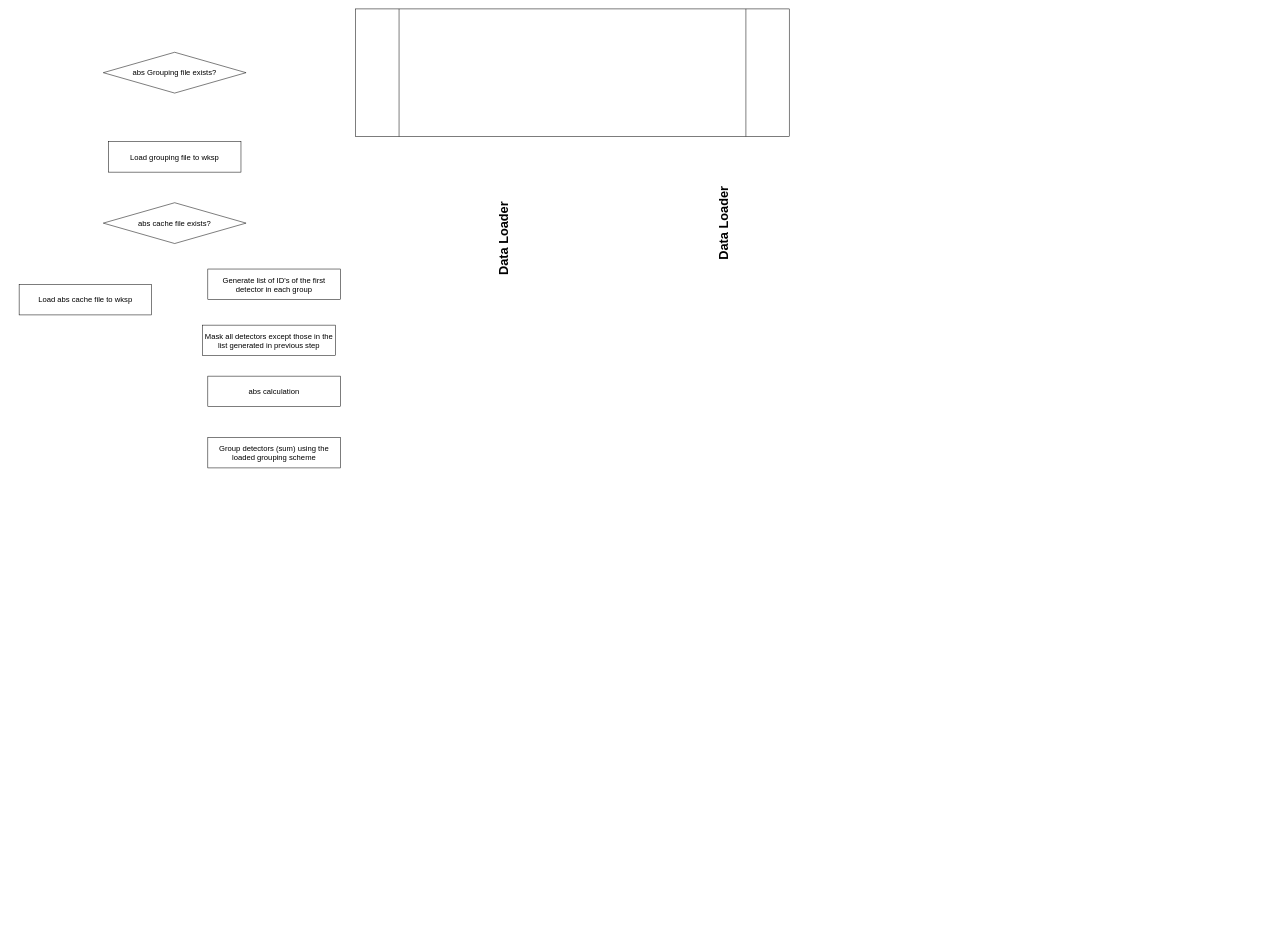
Before: Dev/2023/MTS/MTS_load.dio in Kvieta1990/Working_Proj, a draw.io diagram. Source tidied: cells renumbered, new cells numbered last; positions are measured from the earlier drawing's top-left corner, leaving out a move shared by most shapes. Both pictures are drawn from the tidied source at 51%, with x=0, y=0 at pixel (19, 9).
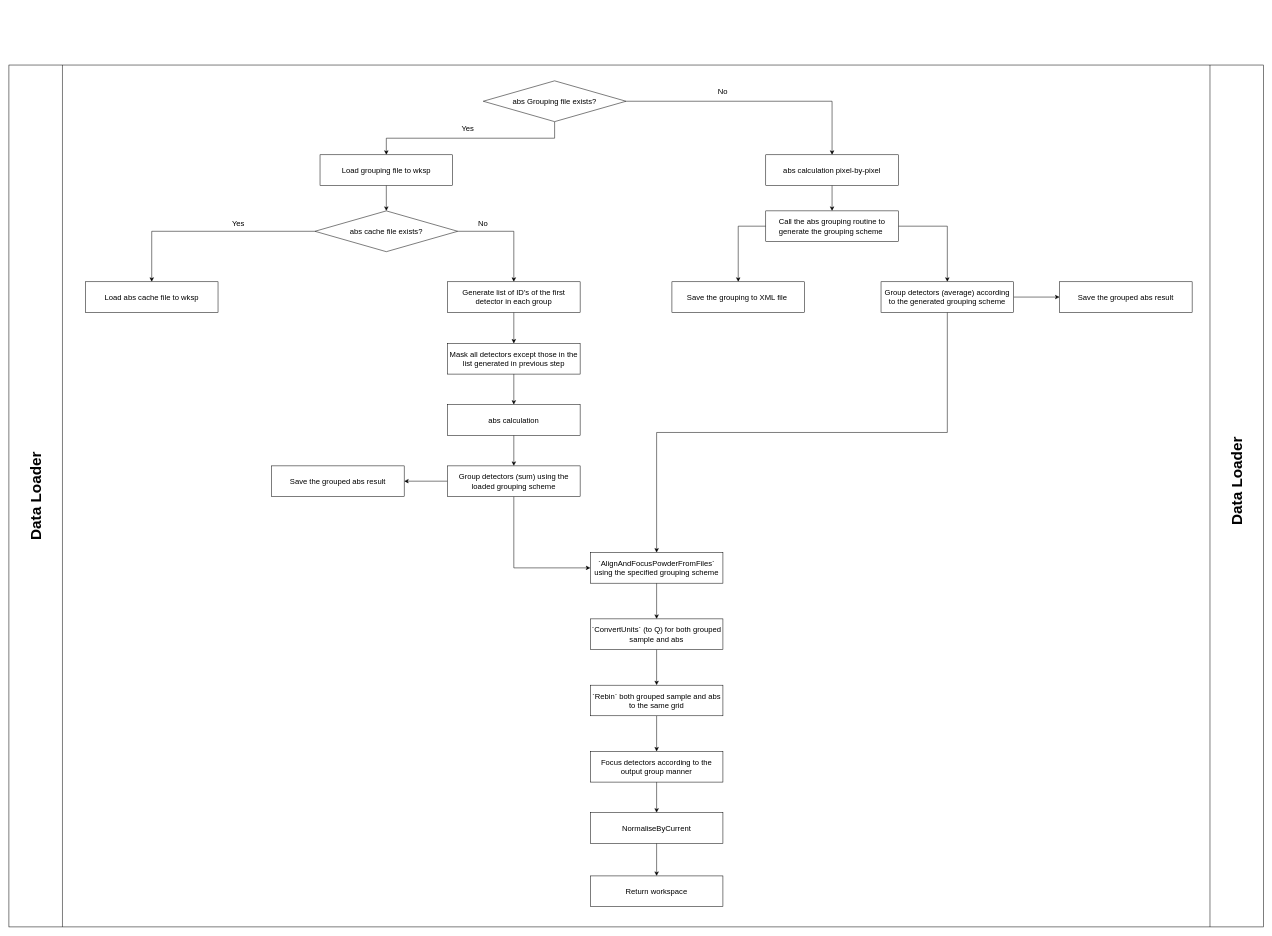
After the change.

Diff of the diagram source:
```diff
@@
-    <mxCell id="2" style="shape=process;whiteSpace=wrap;html=1;" parent="1" vertex="1">
-      <mxGeometry x="660" width="850" height="250" as="geometry" />
+    <mxCell id="2" style="shape=process;whiteSpace=wrap;html=1;size=0.04254992319508475;" parent="1" vertex="1">
+      <mxGeometry x="-20" y="110" width="2460" height="1690" as="geometry" />
     </mxCell>
-    <mxCell id="3" value="&lt;font style=&quot;font-size: 25px&quot;&gt;&lt;b&gt;Data Loader&lt;/b&gt;&lt;/font&gt;" style="text;html=1;strokeColor=none;fillColor=none;align=center;verticalAlign=middle;whiteSpace=wrap;rounded=0;rotation=-90;" parent="1" vertex="1">
-      <mxGeometry x="840" y="430" width="220" height="40" as="geometry" />
+    <mxCell id="3" value="&lt;font size=&quot;1&quot;&gt;&lt;b style=&quot;font-size: 30px&quot;&gt;Data Loader&lt;/b&gt;&lt;/font&gt;" style="text;html=1;strokeColor=none;fillColor=none;align=center;verticalAlign=middle;whiteSpace=wrap;rounded=0;rotation=-90;" parent="1" vertex="1">
+      <mxGeometry x="2277.7" y="906" width="220" height="40" as="geometry" />
     </mxCell>
-    <mxCell id="4" value="&lt;font style=&quot;font-size: 25px&quot;&gt;&lt;b&gt;Data Loader&lt;/b&gt;&lt;/font&gt;" style="text;html=1;strokeColor=none;fillColor=none;align=center;verticalAlign=middle;whiteSpace=wrap;rounded=0;rotation=-90;" parent="1" vertex="1">
-      <mxGeometry x="1270" y="400" width="220" height="40" as="geometry" />
+    <mxCell id="4" value="&lt;font size=&quot;1&quot;&gt;&lt;b style=&quot;font-size: 30px&quot;&gt;Data Loader&lt;/b&gt;&lt;/font&gt;" style="text;html=1;strokeColor=none;fillColor=none;align=center;verticalAlign=middle;whiteSpace=wrap;rounded=0;rotation=-90;" parent="1" vertex="1">
+      <mxGeometry x="-78" y="935" width="220" height="40" as="geometry" />
     </mxCell>
+    <mxCell id="14" style="edgeStyle=orthogonalEdgeStyle;rounded=0;html=1;exitX=0.5;exitY=1;entryX=0.5;entryY=0;jettySize=auto;" parent="1" edge="1" source="5" target="6">
+      <mxGeometry relative="1" as="geometry" />
+    </mxCell>
+    <mxCell id="15" style="edgeStyle=orthogonalEdgeStyle;rounded=0;html=1;exitX=1;exitY=0.5;entryX=0.5;entryY=0;jettySize=auto;" parent="1" edge="1" source="5" target="44">
+      <mxGeometry relative="1" as="geometry" />
+    </mxCell>
     <mxCell id="5" value="&lt;font style=&quot;font-size: 15px&quot;&gt;abs Grouping file exists?&lt;/font&gt;" style="rhombus;whiteSpace=wrap;html=1;" parent="1" vertex="1">
-      <mxGeometry x="165" y="85" width="280" height="80" as="geometry" />
+      <mxGeometry x="910" y="141" width="280" height="80" as="geometry" />
     </mxCell>
+    <mxCell id="16" style="edgeStyle=orthogonalEdgeStyle;rounded=0;html=1;exitX=0.5;exitY=1;jettySize=auto;" parent="1" edge="1" source="6" target="8">
+      <mxGeometry relative="1" as="geometry" />
+    </mxCell>
     <mxCell id="6" value="&lt;font style=&quot;font-size: 15px&quot;&gt;Load grouping file to wksp&lt;/font&gt;" style="rounded=0;whiteSpace=wrap;html=1;" parent="1" vertex="1">
-      <mxGeometry x="175" y="260" width="260" height="60" as="geometry" />
+      <mxGeometry x="590" y="286" width="260" height="60" as="geometry" />
     </mxCell>
@@
+    <mxCell id="17" style="edgeStyle=orthogonalEdgeStyle;rounded=0;html=1;exitX=0;exitY=0.5;entryX=0.5;entryY=0;jettySize=auto;" parent="1" edge="1" source="8" target="9">
+      <mxGeometry relative="1" as="geometry" />
+    </mxCell>
+    <mxCell id="18" style="edgeStyle=orthogonalEdgeStyle;rounded=0;html=1;exitX=1;exitY=0.5;entryX=0.5;entryY=0;jettySize=auto;" parent="1" edge="1" source="8" target="10">
+      <mxGeometry relative="1" as="geometry" />
+    </mxCell>
     <mxCell id="8" value="&lt;font style=&quot;font-size: 15px&quot;&gt;abs cache file exists?&lt;/font&gt;" style="rhombus;whiteSpace=wrap;html=1;" parent="1" vertex="1">
-      <mxGeometry x="165" y="380" width="280" height="80" as="geometry" />
+      <mxGeometry x="580" y="396" width="280" height="80" as="geometry" />
     </mxCell>
     <mxCell id="9" value="&lt;font style=&quot;font-size: 15px&quot;&gt;Load abs cache file to wksp&lt;/font&gt;" style="rounded=0;whiteSpace=wrap;html=1;" parent="1" vertex="1">
-      <mxGeometry y="540" width="260" height="60" as="geometry" />
+      <mxGeometry x="130" y="535" width="260" height="60" as="geometry" />
     </mxCell>
+    <mxCell id="19" style="edgeStyle=orthogonalEdgeStyle;rounded=0;html=1;exitX=0.5;exitY=1;entryX=0.5;entryY=0;jettySize=auto;" parent="1" edge="1" source="10" target="11">
+      <mxGeometry relative="1" as="geometry" />
+    </mxCell>
     <mxCell id="10" value="&lt;span style=&quot;font-size: 15px&quot;&gt;Generate list of ID's of the first detector in each group&lt;/span&gt;" style="rounded=0;whiteSpace=wrap;html=1;" parent="1" vertex="1">
-      <mxGeometry x="370" y="510" width="260" height="60" as="geometry" />
+      <mxGeometry x="840" y="535" width="260" height="60" as="geometry" />
     </mxCell>
+    <mxCell id="20" style="edgeStyle=orthogonalEdgeStyle;rounded=0;html=1;exitX=0.5;exitY=1;entryX=0.5;entryY=0;jettySize=auto;" parent="1" edge="1" source="11" target="12">
+      <mxGeometry relative="1" as="geometry" />
+    </mxCell>
     <mxCell id="11" value="&lt;span style=&quot;font-size: 15px&quot;&gt;Mask all detectors except those in the list generated in previous step&lt;/span&gt;" style="rounded=0;whiteSpace=wrap;html=1;" parent="1" vertex="1">
-      <mxGeometry x="360" y="620" width="260" height="60" as="geometry" />
+      <mxGeometry x="840" y="656" width="260" height="60" as="geometry" />
     </mxCell>
+    <mxCell id="21" style="edgeStyle=orthogonalEdgeStyle;rounded=0;html=1;exitX=0.5;exitY=1;entryX=0.5;entryY=0;jettySize=auto;" parent="1" edge="1" source="12" target="13">
+      <mxGeometry relative="1" as="geometry" />
+    </mxCell>
     <mxCell id="12" value="&lt;span style=&quot;font-size: 15px&quot;&gt;abs calculation&lt;/span&gt;" style="rounded=0;whiteSpace=wrap;html=1;" parent="1" vertex="1">
-      <mxGeometry x="370" y="720" width="260" height="60" as="geometry" />
+      <mxGeometry x="840" y="776" width="260" height="60" as="geometry" />
     </mxCell>
+    <mxCell id="22" style="edgeStyle=orthogonalEdgeStyle;rounded=0;html=1;exitX=0;exitY=0.5;entryX=1;entryY=0.5;jettySize=auto;" parent="1" edge="1" source="13" target="24">
+      <mxGeometry relative="1" as="geometry" />
+    </mxCell>
+    <mxCell id="23" style="edgeStyle=orthogonalEdgeStyle;rounded=0;html=1;exitX=0.5;exitY=1;entryX=0;entryY=0.5;jettySize=auto;" parent="1" edge="1" source="13" target="34">
+      <mxGeometry relative="1" as="geometry" />
+    </mxCell>
     <mxCell id="13" value="&lt;span style=&quot;font-size: 15px&quot;&gt;Group detectors (sum) using the loaded grouping scheme&lt;/span&gt;" style="rounded=0;whiteSpace=wrap;html=1;" parent="1" vertex="1">
-      <mxGeometry x="370" y="840" width="260" height="60" as="geometry" />
+      <mxGeometry x="840" y="896" width="260" height="60" as="geometry" />
     </mxCell>
+    <mxCell id="24" value="&lt;span style=&quot;font-size: 15px&quot;&gt;Save the grouped abs result&lt;/span&gt;" style="rounded=0;whiteSpace=wrap;html=1;" parent="1" vertex="1">
+      <mxGeometry x="495" y="896" width="260" height="60" as="geometry" />
+    </mxCell>
+    <mxCell id="25" style="edgeStyle=orthogonalEdgeStyle;rounded=0;html=1;exitX=0;exitY=0.5;entryX=0.5;entryY=0;jettySize=auto;" parent="1" edge="1" source="27" target="28">
+      <mxGeometry relative="1" as="geometry" />
+    </mxCell>
+    <mxCell id="26" style="edgeStyle=orthogonalEdgeStyle;rounded=0;html=1;exitX=1;exitY=0.5;entryX=0.5;entryY=0;jettySize=auto;" parent="1" edge="1" source="27" target="31">
+      <mxGeometry relative="1" as="geometry" />
+    </mxCell>
+    <mxCell id="27" value="&lt;font style=&quot;font-size: 15px&quot;&gt;Call the abs grouping routine to generate the grouping scheme&amp;nbsp;&lt;/font&gt;" style="rounded=0;whiteSpace=wrap;html=1;" parent="1" vertex="1">
+      <mxGeometry x="1464" y="396" width="260" height="60" as="geometry" />
+    </mxCell>
+    <mxCell id="28" value="&lt;font style=&quot;font-size: 15px&quot;&gt;Save the grouping to XML file&amp;nbsp;&lt;/font&gt;" style="rounded=0;whiteSpace=wrap;html=1;" parent="1" vertex="1">
+      <mxGeometry x="1280" y="535" width="260" height="60" as="geometry" />
+    </mxCell>
+    <mxCell id="29" style="edgeStyle=orthogonalEdgeStyle;rounded=0;html=1;exitX=1;exitY=0.5;jettySize=auto;" parent="1" edge="1" source="31" target="32">
+      <mxGeometry relative="1" as="geometry" />
+    </mxCell>
+    <mxCell id="30" style="edgeStyle=orthogonalEdgeStyle;rounded=0;html=1;exitX=0.5;exitY=1;entryX=0.5;entryY=0;jettySize=auto;" parent="1" edge="1" source="31" target="34">
+      <mxGeometry relative="1" as="geometry" />
+    </mxCell>
+    <mxCell id="31" value="&lt;span style=&quot;font-size: 15px&quot;&gt;Group detectors (average) according to the generated grouping scheme&lt;/span&gt;" style="rounded=0;whiteSpace=wrap;html=1;" parent="1" vertex="1">
+      <mxGeometry x="1690" y="535" width="260" height="60" as="geometry" />
+    </mxCell>
+    <mxCell id="32" value="&lt;span style=&quot;font-size: 15px&quot;&gt;Save the grouped abs result&lt;/span&gt;" style="rounded=0;whiteSpace=wrap;html=1;" parent="1" vertex="1">
+      <mxGeometry x="2040" y="535" width="260" height="60" as="geometry" />
+    </mxCell>
+    <mxCell id="33" style="edgeStyle=orthogonalEdgeStyle;rounded=0;html=1;exitX=0.5;exitY=1;entryX=0.5;entryY=0;jettySize=auto;" parent="1" edge="1" source="34" target="36">
+      <mxGeometry relative="1" as="geometry" />
+    </mxCell>
+    <mxCell id="34" value="&lt;span&gt;&lt;font style=&quot;font-size: 15px&quot;&gt;`AlignAndFocusPowderFromFiles` using the specified grouping scheme&lt;/font&gt;&lt;/span&gt;&lt;br&gt;" style="rounded=0;whiteSpace=wrap;html=1;" parent="1" vertex="1">
+      <mxGeometry x="1120" y="1066" width="260" height="60" as="geometry" />
+    </mxCell>
+    <mxCell id="35" style="edgeStyle=orthogonalEdgeStyle;rounded=0;html=1;exitX=0.5;exitY=1;entryX=0.5;entryY=0;jettySize=auto;" parent="1" edge="1" source="36" target="38">
+      <mxGeometry relative="1" as="geometry" />
+    </mxCell>
+    <mxCell id="36" value="&lt;span style=&quot;font-size: 15px&quot;&gt;`ConvertUnits` (to Q) for both grouped sample and abs&lt;/span&gt;" style="rounded=0;whiteSpace=wrap;html=1;" parent="1" vertex="1">
+      <mxGeometry x="1120" y="1196" width="260" height="60" as="geometry" />
+    </mxCell>
+    <mxCell id="37" style="edgeStyle=orthogonalEdgeStyle;rounded=0;html=1;exitX=0.5;exitY=1;entryX=0.5;entryY=0;jettySize=auto;" parent="1" edge="1" source="38" target="40">
+      <mxGeometry relative="1" as="geometry" />
+    </mxCell>
+    <mxCell id="38" value="&lt;span style=&quot;font-size: 15px&quot;&gt;`Rebin` both grouped sample and abs to the same grid&lt;/span&gt;" style="rounded=0;whiteSpace=wrap;html=1;" parent="1" vertex="1">
+      <mxGeometry x="1120" y="1326" width="260" height="60" as="geometry" />
+    </mxCell>
+    <mxCell id="39" style="edgeStyle=orthogonalEdgeStyle;rounded=0;html=1;exitX=0.5;exitY=1;jettySize=auto;" parent="1" edge="1" source="40" target="42">
+      <mxGeometry relative="1" as="geometry" />
+    </mxCell>
+    <mxCell id="40" value="&lt;span style=&quot;font-size: 15px&quot;&gt;Focus detectors according to the output group manner&lt;/span&gt;" style="rounded=0;whiteSpace=wrap;html=1;" parent="1" vertex="1">
+      <mxGeometry x="1120" y="1456" width="260" height="60" as="geometry" />
+    </mxCell>
+    <mxCell id="41" style="edgeStyle=orthogonalEdgeStyle;rounded=0;html=1;exitX=0.5;exitY=1;entryX=0.5;entryY=0;jettySize=auto;" parent="1" edge="1" source="42" target="45">
+      <mxGeometry relative="1" as="geometry" />
+    </mxCell>
+    <mxCell id="42" value="&lt;span&gt;&lt;font style=&quot;font-size: 15px&quot;&gt;NormaliseByCurrent&lt;/font&gt;&lt;/span&gt;&lt;br&gt;" style="rounded=0;whiteSpace=wrap;html=1;" parent="1" vertex="1">
+      <mxGeometry x="1120" y="1576" width="260" height="60" as="geometry" />
+    </mxCell>
+    <mxCell id="43" style="edgeStyle=orthogonalEdgeStyle;rounded=0;html=1;exitX=0.5;exitY=1;entryX=0.5;entryY=0;jettySize=auto;" parent="1" edge="1" source="44" target="27">
+      <mxGeometry relative="1" as="geometry" />
+    </mxCell>
+    <mxCell id="44" value="&lt;font style=&quot;font-size: 15px&quot;&gt;abs calculation pixel-by-pixel&lt;/font&gt;" style="rounded=0;whiteSpace=wrap;html=1;" parent="1" vertex="1">
+      <mxGeometry x="1464" y="286" width="260" height="60" as="geometry" />
+    </mxCell>
+    <mxCell id="45" value="&lt;span&gt;&lt;font style=&quot;font-size: 15px&quot;&gt;Return workspace&lt;/font&gt;&lt;/span&gt;&lt;br&gt;" style="rounded=0;whiteSpace=wrap;html=1;" parent="1" vertex="1">
+      <mxGeometry x="1120" y="1700" width="260" height="60" as="geometry" />
+    </mxCell>
+    <mxCell id="46" value="&lt;font style=&quot;font-size: 15px&quot;&gt;Yes&lt;/font&gt;" style="text;html=1;strokeColor=none;fillColor=none;align=center;verticalAlign=middle;whiteSpace=wrap;rounded=0;" parent="1" vertex="1">
+      <mxGeometry x="410" y="410" width="40" height="20" as="geometry" />
+    </mxCell>
+    <mxCell id="47" value="&lt;font style=&quot;font-size: 15px&quot;&gt;No&lt;/font&gt;" style="text;html=1;strokeColor=none;fillColor=none;align=center;verticalAlign=middle;whiteSpace=wrap;rounded=0;" parent="1" vertex="1">
+      <mxGeometry x="890" y="410" width="40" height="20" as="geometry" />
+    </mxCell>
+    <mxCell id="48" value="&lt;font style=&quot;font-size: 15px&quot;&gt;Yes&lt;/font&gt;" style="text;html=1;strokeColor=none;fillColor=none;align=center;verticalAlign=middle;whiteSpace=wrap;rounded=0;" parent="1" vertex="1">
+      <mxGeometry x="860" y="224" width="40" height="20" as="geometry" />
+    </mxCell>
+    <mxCell id="49" value="&lt;font style=&quot;font-size: 15px&quot;&gt;No&lt;/font&gt;" style="text;html=1;strokeColor=none;fillColor=none;align=center;verticalAlign=middle;whiteSpace=wrap;rounded=0;" parent="1" vertex="1">
+      <mxGeometry x="1360" y="151" width="40" height="20" as="geometry" />
+    </mxCell>
```
